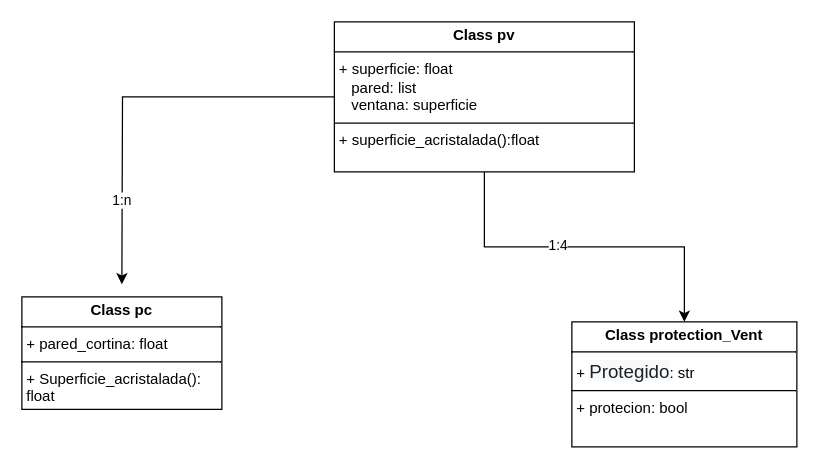
This is ventana-pared.drawio from Alfonso18Feb/Herencia, a draw.io file, before an edit. Source tidied: cells renumbered, new cells numbered last; positions are measured from the earlier drawing's top-left corner, leaving out a move shared by most shapes. Both pictures are drawn from the tidied source at 125%, with x=0, y=0 at pixel (21, 21).
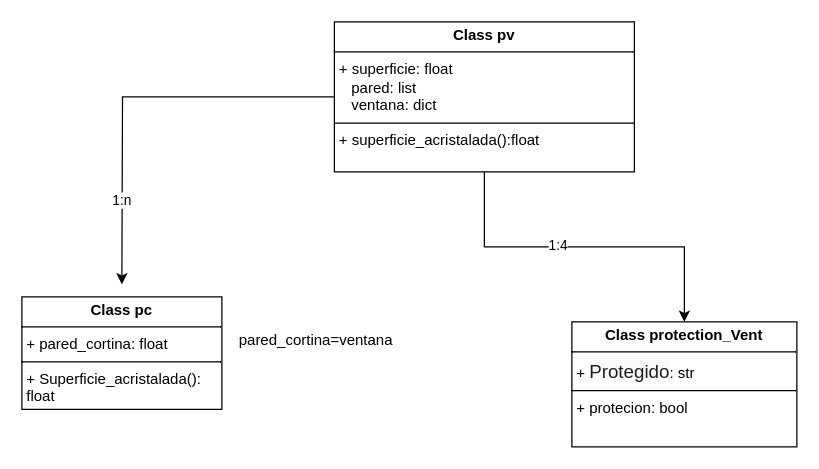
The same page after the edit.

Diff of the diagram source:
```diff
@@
 <mxGraphModel>
   <root>
     <mxCell id="0" />
     <mxCell id="1" parent="0" />
     <mxCell id="2" style="edgeStyle=orthogonalEdgeStyle;rounded=0;jettySize=auto;html=1;" parent="1" edge="1" source="6">
       <mxGeometry relative="1" as="geometry">
         <mxPoint x="80" y="210" as="targetPoint" />
       </mxGeometry>
     </mxCell>
     <mxCell id="3" value="1:n" style="edgeLabel;html=1;align=center;verticalAlign=middle;" parent="2" vertex="1">
       <mxGeometry x="0.58" y="-1" relative="1" as="geometry" />
     </mxCell>
     <mxCell id="4" style="edgeStyle=orthogonalEdgeStyle;rounded=0;jettySize=auto;html=1;exitX=0.5;exitY=1;exitDx=0;exitDy=0;entryX=0.5;entryY=0;entryDx=0;entryDy=0;" parent="1" edge="1" source="6" target="8">
       <mxGeometry relative="1" as="geometry" />
     </mxCell>
     <mxCell id="5" value="1:4" style="edgeLabel;html=1;align=center;verticalAlign=middle;" parent="4" vertex="1">
       <mxGeometry x="-0.16" y="2" relative="1" as="geometry" />
     </mxCell>
-    <mxCell id="6" value="&lt;p style=&quot;margin:0px;margin-top:4px;text-align:center;&quot;&gt;&lt;b&gt;Class pv&lt;/b&gt;&lt;/p&gt;&lt;hr size=&quot;1&quot; style=&quot;border-style:solid;&quot;&gt;&lt;p style=&quot;margin:0px;margin-left:4px;&quot;&gt;+ superficie: float&lt;/p&gt;&lt;p style=&quot;margin:0px;margin-left:4px;&quot;&gt;&amp;nbsp; &amp;nbsp;pared: list&lt;/p&gt;&lt;p style=&quot;margin:0px;margin-left:4px;&quot;&gt;&amp;nbsp; &amp;nbsp;ventana: superficie&lt;/p&gt;&lt;hr size=&quot;1&quot; style=&quot;border-style:solid;&quot;&gt;&lt;p style=&quot;margin:0px;margin-left:4px;&quot;&gt;+ superficie_acristalada():float&lt;/p&gt;" style="verticalAlign=top;align=left;overflow=fill;html=1;whiteSpace=wrap;" parent="1" vertex="1">
+    <mxCell id="6" value="&lt;p style=&quot;margin:0px;margin-top:4px;text-align:center;&quot;&gt;&lt;b&gt;Class pv&lt;/b&gt;&lt;/p&gt;&lt;hr size=&quot;1&quot; style=&quot;border-style:solid;&quot;&gt;&lt;p style=&quot;margin:0px;margin-left:4px;&quot;&gt;+ superficie: float&lt;/p&gt;&lt;p style=&quot;margin:0px;margin-left:4px;&quot;&gt;&amp;nbsp; &amp;nbsp;pared: list&lt;/p&gt;&lt;p style=&quot;margin:0px;margin-left:4px;&quot;&gt;&amp;nbsp; &amp;nbsp;ventana: dict&lt;/p&gt;&lt;hr size=&quot;1&quot; style=&quot;border-style:solid;&quot;&gt;&lt;p style=&quot;margin:0px;margin-left:4px;&quot;&gt;+ superficie_acristalada():float&lt;/p&gt;" style="verticalAlign=top;align=left;overflow=fill;html=1;whiteSpace=wrap;" parent="1" vertex="1">
       <mxGeometry x="250" width="240" height="120" as="geometry" />
     </mxCell>
     <mxCell id="7" value="&lt;p style=&quot;margin:0px;margin-top:4px;text-align:center;&quot;&gt;&lt;b&gt;Class pc&lt;/b&gt;&lt;/p&gt;&lt;hr size=&quot;1&quot; style=&quot;border-style:solid;&quot;&gt;&lt;p style=&quot;margin:0px;margin-left:4px;&quot;&gt;+ pared_cortina: float&lt;/p&gt;&lt;hr size=&quot;1&quot; style=&quot;border-style:solid;&quot;&gt;&lt;p style=&quot;margin:0px;margin-left:4px;&quot;&gt;+ Superficie_acristalada(): float&lt;/p&gt;" style="verticalAlign=top;align=left;overflow=fill;html=1;whiteSpace=wrap;" parent="1" vertex="1">
       <mxGeometry y="220" width="160" height="90" as="geometry" />
     </mxCell>
     <mxCell id="8" value="&lt;p style=&quot;margin:0px;margin-top:4px;text-align:center;&quot;&gt;&lt;b&gt;Class protection_Vent&lt;/b&gt;&lt;/p&gt;&lt;hr size=&quot;1&quot; style=&quot;border-style:solid;&quot;&gt;&lt;p style=&quot;margin:0px;margin-left:4px;&quot;&gt;+ &lt;font face=&quot;Manrope&quot; color=&quot;#1d2125&quot;&gt;&lt;span style=&quot;font-size: 15px; background-color: rgb(248, 249, 250);&quot;&gt;Protegido&lt;/span&gt;&lt;/font&gt;&lt;span style=&quot;background-color: initial;&quot;&gt;: str&lt;/span&gt;&lt;/p&gt;&lt;hr size=&quot;1&quot; style=&quot;border-style:solid;&quot;&gt;&lt;p style=&quot;margin:0px;margin-left:4px;&quot;&gt;+ protecion: bool&lt;/p&gt;" style="verticalAlign=top;align=left;overflow=fill;html=1;whiteSpace=wrap;" parent="1" vertex="1">
       <mxGeometry x="440" y="240" width="180" height="100" as="geometry" />
     </mxCell>
+    <mxCell id="9" value="pared_cortina=ventana" style="text;html=1;align=center;verticalAlign=middle;strokeColor=none;fillColor=none;" parent="1" vertex="1">
+      <mxGeometry x="160" y="240" width="150" height="30" as="geometry" />
+    </mxCell>
   </root>
 </mxGraphModel>
```
